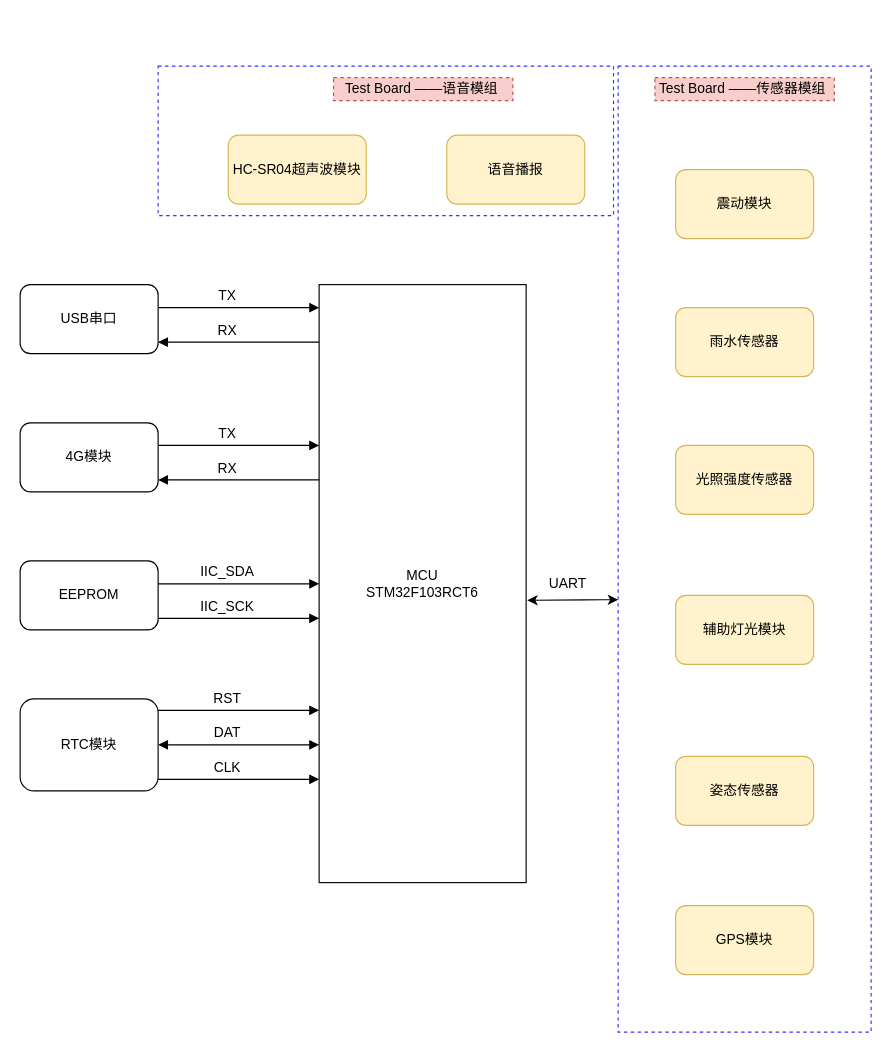
Before: page "总括" (1 of 2) of 3.Hardware/硬件功能设计.drawio in breakeryu/BlindStick_MagicTool, a draw.io diagram. Source tidied: cells renumbered, new cells numbered last; positions are measured from the earlier drawing's top-left corner, leaving out a move shared by most shapes. Both pictures are drawn from the tidied source at 115%, with x=0, y=0 at pixel (20, 66).
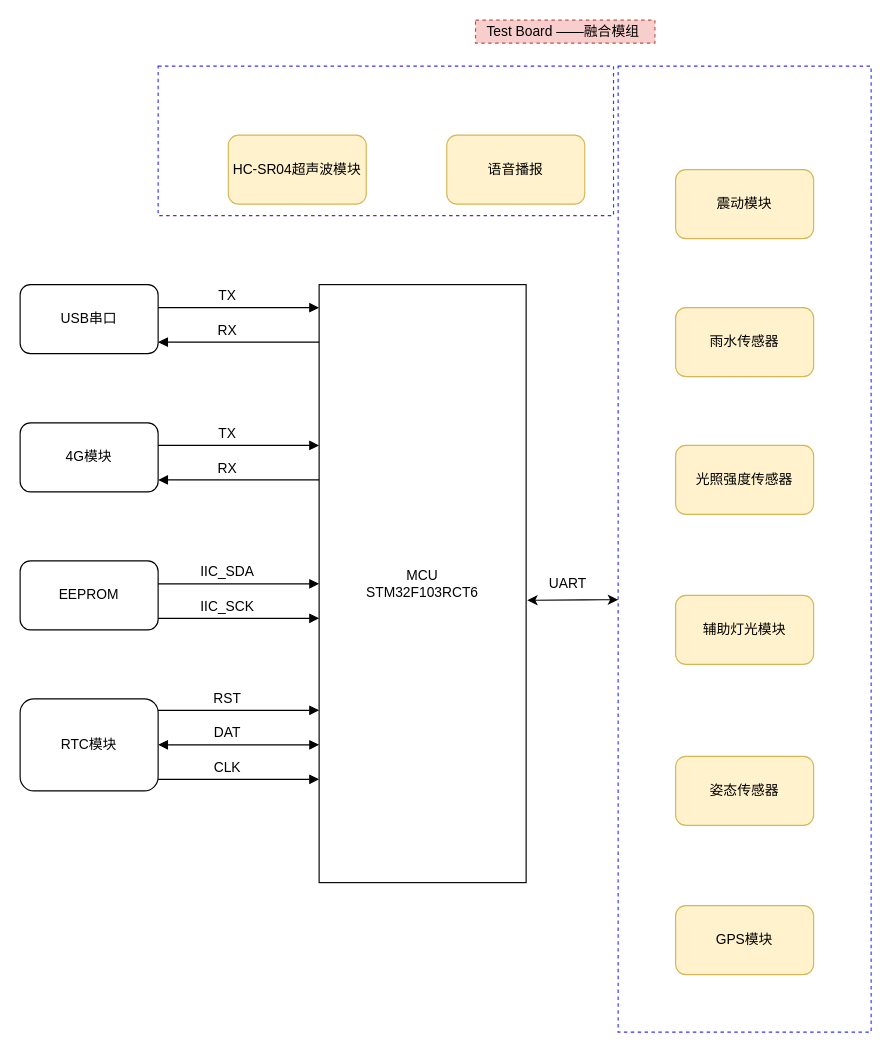
Above is the later version.

What changed in the source:
```diff
@@
-    <mxCell id="35" value="Test Board ——语音模组&amp;nbsp;" style="text;html=1;strokeColor=#b85450;fillColor=#f8cecc;align=center;verticalAlign=middle;whiteSpace=wrap;rounded=0;dashed=1;" parent="1" vertex="1">
-      <mxGeometry x="272.5" y="10" width="156" height="20" as="geometry" />
+    <mxCell id="35" value="Test Board ——融合模组&amp;nbsp;" style="text;html=1;strokeColor=#b85450;fillColor=#f8cecc;align=center;verticalAlign=middle;whiteSpace=wrap;rounded=0;dashed=1;" parent="1" vertex="1">
+      <mxGeometry x="396" y="-40" width="156" height="20" as="geometry" />
     </mxCell>
-    <mxCell id="36" value="Test Board ——传感器模组&amp;nbsp;" style="text;html=1;strokeColor=#b85450;fillColor=#f8cecc;align=center;verticalAlign=middle;whiteSpace=wrap;rounded=0;dashed=1;" parent="1" vertex="1">
-      <mxGeometry x="552" y="10" width="156" height="20" as="geometry" />
-    </mxCell>
```
